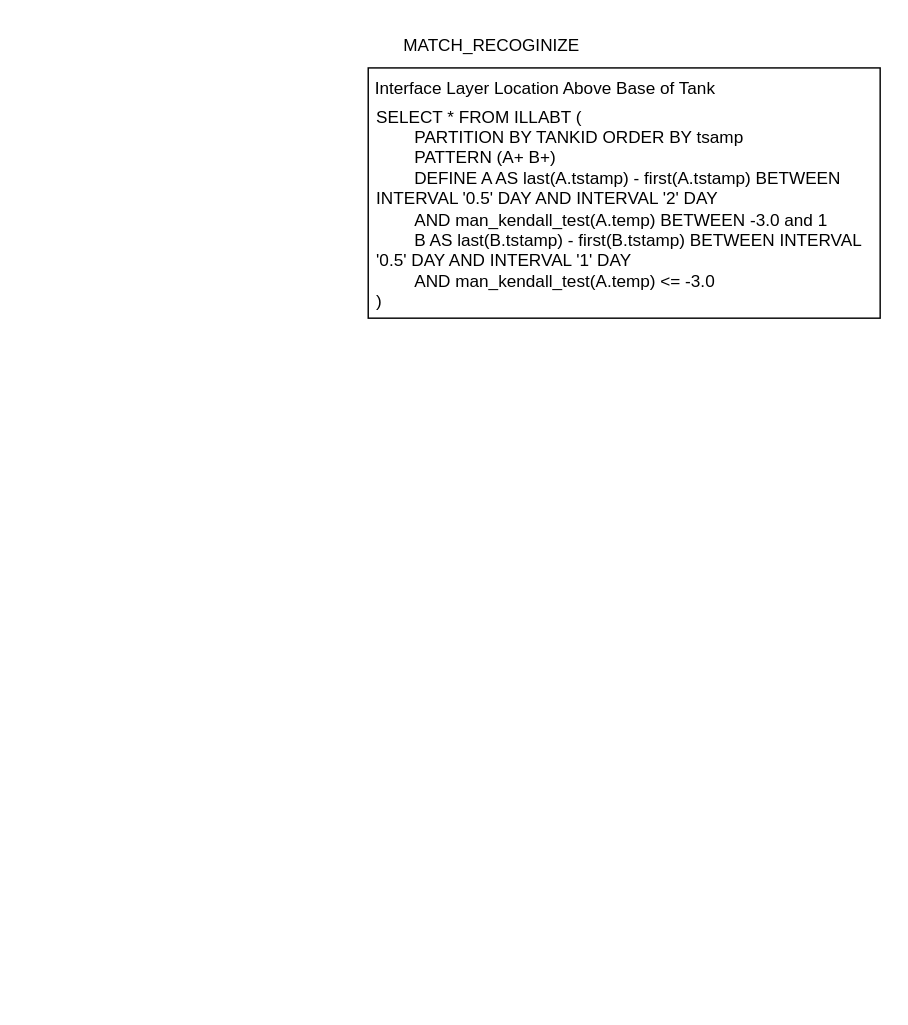
The draw.io diagram page "第 3 页" (3 of 3) of PatternDes.drawio in LiLiJacky/graphData, before the edit. Source tidied: cells renumbered, new cells numbered last; positions are measured from the earlier drawing's top-left corner, leaving out a move shared by most shapes. Both pictures are drawn from the tidied source at 143%, with x=0, y=0 at pixel (368, 24).
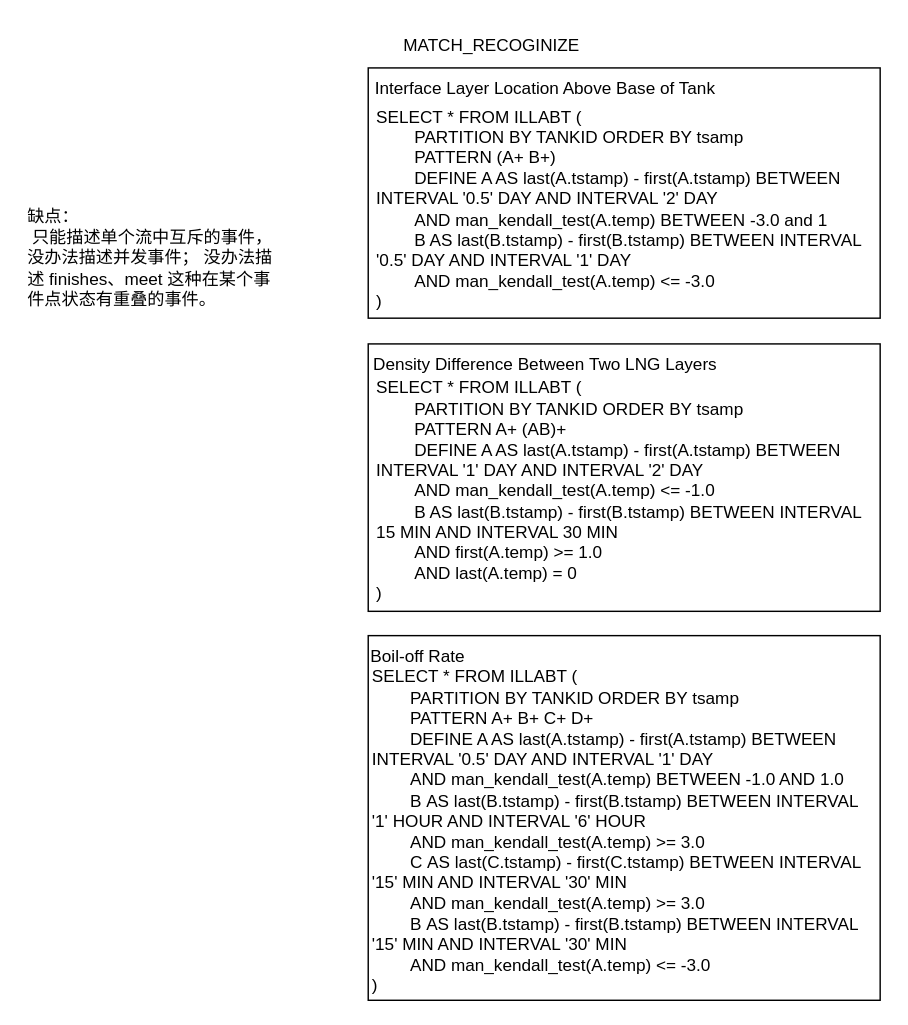
After the change.

Diff of the diagram source:
```diff
@@
 <mxGraphModel>
   <root>
     <mxCell id="0" />
     <mxCell id="1" parent="0" />
     <mxCell id="2" style="rounded=0;whiteSpace=wrap;html=1;" parent="1" vertex="1">
       <mxGeometry y="30" width="358" height="175" as="geometry" />
     </mxCell>
     <mxCell id="3" value="Interface Layer Location Above Base of Tank" style="text;html=1;align=center;verticalAlign=middle;whiteSpace=wrap;rounded=0;" parent="1" vertex="1">
       <mxGeometry y="30" width="248" height="30" as="geometry" />
     </mxCell>
     <mxCell id="4" value="SELECT * FROM ILLABT (&lt;div&gt;&lt;span style=&quot;white-space: pre;&quot;&gt;&#9;&lt;/span&gt;PARTITION BY TANKID ORDER BY tsamp&lt;/div&gt;&lt;div&gt;&lt;span style=&quot;white-space: pre;&quot;&gt;&#9;&lt;/span&gt;PATTERN (A+ B+)&lt;br&gt;&lt;/div&gt;&lt;div&gt;&lt;span style=&quot;white-space: pre;&quot;&gt;&#9;&lt;/span&gt;DEFINE A AS last(A.tstamp) - first(A.tstamp) BETWEEN INTERVAL '0.5' DAY AND INTERVAL '2' DAY&lt;br&gt;&lt;/div&gt;&lt;div&gt;&lt;span style=&quot;white-space: pre;&quot;&gt;&#9;&lt;/span&gt;AND man_kendall_test(A.temp) BETWEEN -3.0 and 1&lt;br&gt;&lt;/div&gt;&lt;div&gt;&lt;span style=&quot;white-space: pre;&quot;&gt;&#9;&lt;/span&gt;&lt;span style=&quot;background-color: initial;&quot;&gt;B AS last(B.tstamp) - first(B.tstamp) BETWEEN INTERVAL '0.5' DAY AND INTERVAL '1' DAY&lt;/span&gt;&lt;br&gt;&lt;span style=&quot;background-color: initial; white-space: pre;&quot;&gt;&#9;&lt;/span&gt;&lt;span style=&quot;background-color: initial;&quot;&gt;AND man_kendall_test(A.temp) &amp;lt;= -3.0&lt;/span&gt;&amp;nbsp;&lt;/div&gt;&lt;div&gt;)&amp;nbsp;&amp;nbsp;&lt;/div&gt;" style="text;html=1;align=left;verticalAlign=middle;whiteSpace=wrap;rounded=0;" parent="1" vertex="1">
       <mxGeometry x="4" y="55" width="356" height="148" as="geometry" />
     </mxCell>
     <mxCell id="5" value="MATCH_RECOGINIZE" style="text;html=1;align=center;verticalAlign=middle;whiteSpace=wrap;rounded=0;" parent="1" vertex="1">
       <mxGeometry width="173" height="30" as="geometry" />
     </mxCell>
+    <mxCell id="6" style="rounded=0;whiteSpace=wrap;html=1;" parent="1" vertex="1">
+      <mxGeometry y="223" width="358" height="187" as="geometry" />
+    </mxCell>
+    <mxCell id="7" value="Density Difference Between Two LNG Layers" style="text;html=1;align=center;verticalAlign=middle;whiteSpace=wrap;rounded=0;" parent="1" vertex="1">
+      <mxGeometry y="223" width="248" height="30" as="geometry" />
+    </mxCell>
+    <mxCell id="8" value="SELECT * FROM ILLABT (&lt;div&gt;&lt;span style=&quot;white-space: pre;&quot;&gt;&#9;&lt;/span&gt;PARTITION BY TANKID ORDER BY tsamp&lt;/div&gt;&lt;div&gt;&lt;span style=&quot;white-space: pre;&quot;&gt;&#9;&lt;/span&gt;PATTERN A+ (AB)+&lt;br&gt;&lt;/div&gt;&lt;div&gt;&lt;span style=&quot;white-space: pre;&quot;&gt;&#9;&lt;/span&gt;DEFINE A AS last(A.tstamp) - first(A.tstamp) BETWEEN INTERVAL '1' DAY AND INTERVAL '2' DAY&lt;br&gt;&lt;/div&gt;&lt;div&gt;&lt;span style=&quot;white-space: pre;&quot;&gt;&#9;&lt;/span&gt;AND man_kendall_test(A.temp) &amp;lt;= -1.0&lt;br&gt;&lt;/div&gt;&lt;div&gt;&lt;span style=&quot;white-space: pre;&quot;&gt;&#9;&lt;/span&gt;&lt;span style=&quot;background-color: initial;&quot;&gt;B AS last(B.tstamp) - first(B.tstamp) BETWEEN INTERVAL 15 MIN AND INTERVAL 30 MIN&lt;/span&gt;&lt;span style=&quot;background-color: initial; white-space: pre;&quot;&gt;&#9;&lt;/span&gt;&lt;/div&gt;&lt;div&gt;&lt;span style=&quot;background-color: initial;&quot;&gt;&lt;span style=&quot;white-space: pre;&quot;&gt;&#9;&lt;/span&gt;AND first(A.temp) &amp;gt;= 1.0&lt;/span&gt;&lt;/div&gt;&lt;div&gt;&lt;span style=&quot;white-space: pre;&quot;&gt;&#9;&lt;/span&gt;AND last(A.temp) = 0&amp;nbsp;&lt;/div&gt;&lt;div&gt;)&amp;nbsp;&amp;nbsp;&lt;/div&gt;" style="text;html=1;align=left;verticalAlign=middle;whiteSpace=wrap;rounded=0;" parent="1" vertex="1">
+      <mxGeometry x="4" y="252" width="356" height="148" as="geometry" />
+    </mxCell>
+    <mxCell id="9" value="缺点：&lt;div&gt;&amp;nbsp;只能描述单个流中互斥的事件，没办法描述并发事件；&lt;span style=&quot;background-color: initial;&quot;&gt;&amp;nbsp;没办法描述 finishes、meet 这种在某个事件点状态有重叠的事件。&lt;/span&gt;&lt;/div&gt;&lt;div&gt;&lt;br&gt;&lt;/div&gt;" style="text;html=1;align=left;verticalAlign=middle;whiteSpace=wrap;rounded=0;" parent="1" vertex="1">
+      <mxGeometry x="-240" y="92" width="180" height="156" as="geometry" />
+    </mxCell>
+    <mxCell id="10" style="rounded=0;whiteSpace=wrap;html=1;" parent="1" vertex="1">
+      <mxGeometry y="427" width="358" height="255" as="geometry" />
+    </mxCell>
+    <mxCell id="11" value="Boil-off Rate" style="text;html=1;align=left;verticalAlign=middle;whiteSpace=wrap;rounded=0;" parent="1" vertex="1">
+      <mxGeometry y="427" width="248" height="30" as="geometry" />
+    </mxCell>
+    <mxCell id="12" value="SELECT * FROM ILLABT (&lt;div&gt;&lt;span style=&quot;white-space: pre;&quot;&gt;&#9;&lt;/span&gt;PARTITION BY TANKID ORDER BY tsamp&lt;/div&gt;&lt;div&gt;&lt;span style=&quot;white-space: pre;&quot;&gt;&#9;&lt;/span&gt;PATTERN A+ B+ C+ D+&lt;br&gt;&lt;/div&gt;&lt;div&gt;&lt;span style=&quot;white-space: pre;&quot;&gt;&#9;&lt;/span&gt;DEFINE A AS last(A.tstamp) - first(A.tstamp) BETWEEN INTERVAL '0.5' DAY AND INTERVAL '1' DAY&lt;br&gt;&lt;/div&gt;&lt;div&gt;&lt;span style=&quot;white-space: pre;&quot;&gt;&#9;&lt;/span&gt;AND man_kendall_test(A.temp) BETWEEN -1.0 AND 1.0&lt;br&gt;&lt;/div&gt;&lt;div&gt;&lt;span style=&quot;white-space: pre;&quot;&gt;&#9;&lt;/span&gt;B&lt;span style=&quot;background-color: initial;&quot;&gt;&amp;nbsp;AS last(B.tstamp) - first(B.tstamp) BETWEEN INTERVAL '1' HOUR AND INTERVAL '6' HOUR&lt;/span&gt;&lt;br&gt;&lt;/div&gt;&lt;div&gt;&lt;span style=&quot;white-space: pre;&quot;&gt;&#9;&lt;/span&gt;AND man_kendall_test(A.temp) &amp;gt;= 3.0&lt;/div&gt;&lt;div&gt;&lt;span style=&quot;white-space: pre;&quot;&gt;&#9;&lt;/span&gt;&lt;span style=&quot;background-color: initial;&quot;&gt;C&lt;/span&gt;&lt;span style=&quot;background-color: initial;&quot;&gt;&amp;nbsp;AS last(C.tstamp) - first(C.tstamp) BETWEEN INTERVAL '15' MIN AND INTERVAL '30' MIN&lt;/span&gt;&lt;/div&gt;&lt;div&gt;&lt;span style=&quot;white-space: pre;&quot;&gt;&#9;&lt;/span&gt;AND man_kendall_test(A.temp) &amp;gt;= 3.0&lt;/div&gt;&lt;div&gt;&lt;span style=&quot;white-space: pre;&quot;&gt;&#9;&lt;/span&gt;&lt;span style=&quot;background-color: initial;&quot;&gt;B&lt;/span&gt;&lt;span style=&quot;background-color: initial;&quot;&gt;&amp;nbsp;AS last(B.tstamp) - first(B.tstamp) BETWEEN INTERVAL '15' MIN AND INTERVAL '30' MIN&lt;/span&gt;&lt;br&gt;&lt;/div&gt;&lt;div&gt;&lt;span style=&quot;white-space: pre;&quot;&gt;&#9;&lt;/span&gt;AND man_kendall_test(A.temp) &amp;lt;= -3.0&lt;/div&gt;&lt;div&gt;)&amp;nbsp;&amp;nbsp;&lt;/div&gt;" style="text;html=1;align=left;verticalAlign=middle;whiteSpace=wrap;rounded=0;" parent="1" vertex="1">
+      <mxGeometry x="1" y="446" width="356" height="236" as="geometry" />
+    </mxCell>
   </root>
 </mxGraphModel>
```
